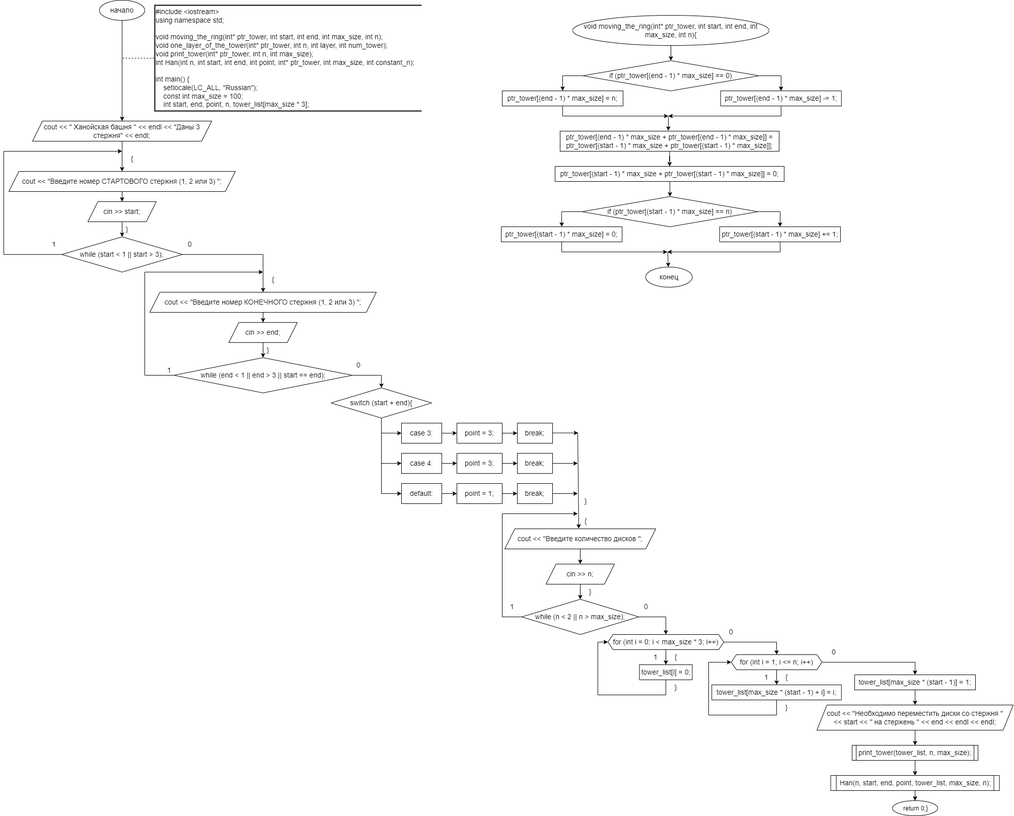
Above: Ханойская башня - блок схема.drawio.png in SonyAkb/laboratory-work-recursion (draw.io), before the change. Source tidied: cells renumbered, new cells last; positions are measured from the earlier drawing's top-left corner, leaving out a move shared by most shapes.
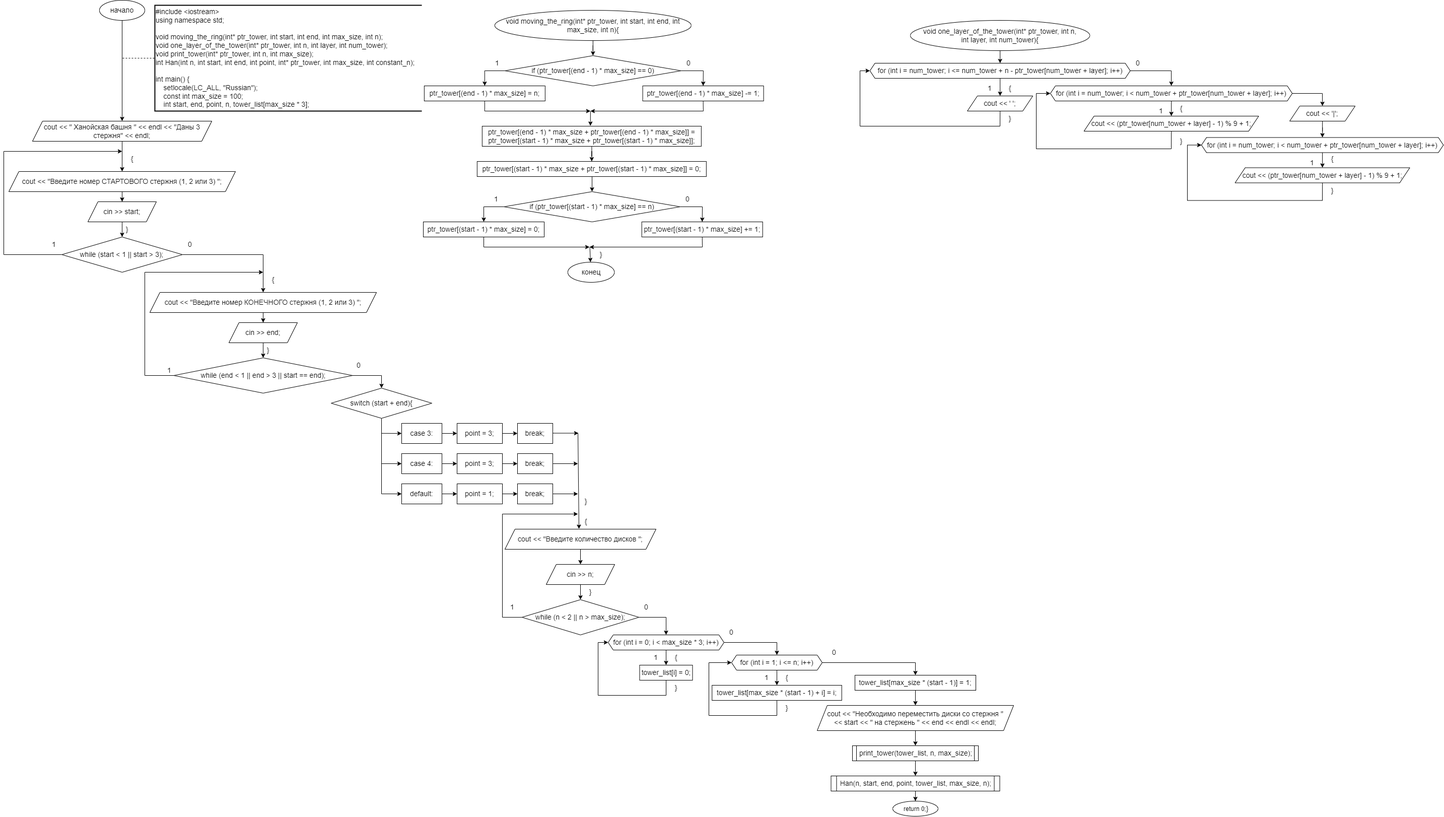
After the change.

The edit, as a diff of the source:
```diff
@@ -333,28 +333,28 @@
       <mxGeometry relative="1" as="geometry" />
     </mxCell>
     <mxCell id="93" value="&lt;font style=&quot;font-size: 14px;&quot;&gt;void moving_the_ring(int* ptr_tower, int start, int end, int max_size, int n){&lt;/font&gt;" style="ellipse;whiteSpace=wrap;html=1;" parent="1" vertex="1">
-      <mxGeometry x="1130" y="30" width="390" height="60" as="geometry" />
+      <mxGeometry x="974.9" y="20" width="390" height="60" as="geometry" />
     </mxCell>
     <mxCell id="94" value="&lt;font style=&quot;font-size: 14px;&quot;&gt;if (ptr_tower[(end - 1) * max_size] == 0)&lt;/font&gt;" style="rhombus;whiteSpace=wrap;html=1;" parent="1" vertex="1">
-      <mxGeometry x="1150" y="120" width="350" height="60" as="geometry" />
+      <mxGeometry x="994.9" y="110" width="350" height="60" as="geometry" />
     </mxCell>
     <mxCell id="95" value="&lt;font style=&quot;font-size: 14px;&quot;&gt;ptr_tower[(end - 1) * max_size] = n;&lt;/font&gt;" style="rounded=0;whiteSpace=wrap;html=1;" parent="1" vertex="1">
-      <mxGeometry x="990" y="180" width="240" height="30" as="geometry" />
+      <mxGeometry x="834.9" y="170" width="240" height="30" as="geometry" />
     </mxCell>
     <mxCell id="96" style="endArrow=classic;html=1;rounded=0;exitX=0;exitY=0.5;exitDx=0;exitDy=0;entryX=0.5;entryY=0;entryDx=0;entryDy=0;" parent="1" edge="1" source="94" target="95">
       <mxGeometry relative="1" as="geometry">
         <Array as="points">
-          <mxPoint x="1110" y="150" />
+          <mxPoint x="954.9" y="140" />
         </Array>
       </mxGeometry>
     </mxCell>
     <mxCell id="97" value="&lt;font style=&quot;font-size: 14px;&quot;&gt;ptr_tower[(end - 1) * max_size] -= 1;&lt;/font&gt;" style="rounded=0;whiteSpace=wrap;html=1;" parent="1" vertex="1">
-      <mxGeometry x="1423.7" y="180" width="240" height="30" as="geometry" />
+      <mxGeometry x="1268.6" y="170" width="240" height="30" as="geometry" />
     </mxCell>
     <mxCell id="98" style="endArrow=classic;html=1;rounded=0;exitX=1;exitY=0.5;exitDx=0;exitDy=0;entryX=0.5;entryY=0;entryDx=0;entryDy=0;" parent="1" edge="1" source="94" target="97">
       <mxGeometry relative="1" as="geometry">
         <Array as="points">
-          <mxPoint x="1544" y="150" />
+          <mxPoint x="1388.9" y="140" />
         </Array>
       </mxGeometry>
     </mxCell>
@@ -362,84 +362,209 @@
       <mxGeometry relative="1" as="geometry" />
     </mxCell>
     <mxCell id="100" value="&lt;font style=&quot;font-size: 14px;&quot;&gt;ptr_tower[(end - 1) * max_size + ptr_tower[(end - 1) * max_size]] = ptr_tower[(start - 1) * max_size + ptr_tower[(start - 1) * max_size]];&lt;/font&gt;" style="rounded=0;whiteSpace=wrap;html=1;" parent="1" vertex="1">
-      <mxGeometry x="1105" y="260" width="435" height="40" as="geometry" />
+      <mxGeometry x="949.9" y="250" width="435" height="40" as="geometry" />
     </mxCell>
     <mxCell id="101" style="endArrow=classic;html=1;rounded=0;exitX=0.5;exitY=1;exitDx=0;exitDy=0;" parent="1" edge="1" source="95">
       <mxGeometry relative="1" as="geometry">
-        <mxPoint x="1320" y="230" as="targetPoint" />
+        <mxPoint x="1164.9" y="220" as="targetPoint" />
         <Array as="points">
-          <mxPoint x="1110" y="230" />
+          <mxPoint x="954.9" y="220" />
         </Array>
       </mxGeometry>
     </mxCell>
     <mxCell id="102" style="endArrow=classic;html=1;rounded=0;exitX=0.5;exitY=1;exitDx=0;exitDy=0;" parent="1" edge="1" source="97">
       <mxGeometry relative="1" as="geometry">
-        <mxPoint x="1320" y="230" as="targetPoint" />
+        <mxPoint x="1164.9" y="220" as="targetPoint" />
         <Array as="points">
-          <mxPoint x="1544" y="230" />
+          <mxPoint x="1388.9" y="220" />
         </Array>
       </mxGeometry>
     </mxCell>
     <mxCell id="103" style="endArrow=classic;html=1;rounded=0;entryX=0.494;entryY=-0.016;entryDx=0;entryDy=0;entryPerimeter=0;" parent="1" edge="1" target="100">
       <mxGeometry relative="1" as="geometry">
-        <mxPoint x="1320" y="230" as="sourcePoint" />
+        <mxPoint x="1164.9" y="220" as="sourcePoint" />
       </mxGeometry>
     </mxCell>
     <mxCell id="104" style="edgeStyle=orthogonalEdgeStyle;rounded=0;jettySize=auto;html=1;entryX=0.5;entryY=0;entryDx=0;entryDy=0;" parent="1" edge="1" target="106">
       <mxGeometry relative="1" as="geometry">
-        <mxPoint x="1325" y="360" as="sourcePoint" />
+        <mxPoint x="1169.9" y="350" as="sourcePoint" />
       </mxGeometry>
     </mxCell>
     <mxCell id="105" value="&lt;font style=&quot;font-size: 14px;&quot;&gt;ptr_tower[(start - 1) * max_size + ptr_tower[(start - 1) * max_size]] = 0;&lt;/font&gt;" style="rounded=0;whiteSpace=wrap;html=1;" parent="1" vertex="1">
-      <mxGeometry x="1095" y="330" width="455" height="30" as="geometry" />
+      <mxGeometry x="939.9" y="320" width="455" height="30" as="geometry" />
     </mxCell>
     <mxCell id="106" value="&lt;font style=&quot;font-size: 14px;&quot;&gt;if (ptr_tower[(start - 1) * max_size] == n)&lt;/font&gt;" style="rhombus;whiteSpace=wrap;html=1;" parent="1" vertex="1">
-      <mxGeometry x="1148.1" y="390" width="350" height="60" as="geometry" />
+      <mxGeometry x="993" y="380" width="350" height="60" as="geometry" />
     </mxCell>
     <mxCell id="107" value="&lt;font style=&quot;font-size: 14px;&quot;&gt;ptr_tower[(start - 1) * max_size] = 0;&lt;/font&gt;" style="rounded=0;whiteSpace=wrap;html=1;" parent="1" vertex="1">
-      <mxGeometry x="988.1" y="450" width="240" height="30" as="geometry" />
+      <mxGeometry x="833" y="440" width="240" height="30" as="geometry" />
     </mxCell>
     <mxCell id="108" style="endArrow=classic;html=1;rounded=0;exitX=0;exitY=0.5;exitDx=0;exitDy=0;entryX=0.5;entryY=0;entryDx=0;entryDy=0;" parent="1" edge="1" source="106" target="107">
       <mxGeometry relative="1" as="geometry">
         <Array as="points">
-          <mxPoint x="1108.1" y="420" />
+          <mxPoint x="953" y="410" />
         </Array>
       </mxGeometry>
     </mxCell>
     <mxCell id="109" value="&lt;font style=&quot;font-size: 14px;&quot;&gt;ptr_tower[(start - 1) * max_size] += 1;&lt;/font&gt;" style="rounded=0;whiteSpace=wrap;html=1;" parent="1" vertex="1">
-      <mxGeometry x="1421.9" y="450" width="240" height="30" as="geometry" />
+      <mxGeometry x="1266.7" y="440" width="240" height="30" as="geometry" />
     </mxCell>
     <mxCell id="110" style="endArrow=classic;html=1;rounded=0;exitX=1;exitY=0.5;exitDx=0;exitDy=0;entryX=0.5;entryY=0;entryDx=0;entryDy=0;" parent="1" edge="1" source="106" target="109">
       <mxGeometry relative="1" as="geometry">
         <Array as="points">
-          <mxPoint x="1542.1" y="420" />
+          <mxPoint x="1387" y="410" />
         </Array>
       </mxGeometry>
     </mxCell>
     <mxCell id="111" style="endArrow=classic;html=1;rounded=0;exitX=0.5;exitY=1;exitDx=0;exitDy=0;" parent="1" edge="1" source="107">
       <mxGeometry relative="1" as="geometry">
-        <mxPoint x="1318.1" y="500" as="targetPoint" />
+        <mxPoint x="1163" y="490" as="targetPoint" />
         <Array as="points">
-          <mxPoint x="1108.1" y="500" />
+          <mxPoint x="953" y="490" />
         </Array>
       </mxGeometry>
     </mxCell>
     <mxCell id="112" style="endArrow=classic;html=1;rounded=0;exitX=0.5;exitY=1;exitDx=0;exitDy=0;" parent="1" edge="1" source="109">
       <mxGeometry relative="1" as="geometry">
-        <mxPoint x="1318.1" y="500" as="targetPoint" />
+        <mxPoint x="1163" y="490" as="targetPoint" />
         <Array as="points">
-          <mxPoint x="1542.1" y="500" />
+          <mxPoint x="1387" y="490" />
         </Array>
       </mxGeometry>
     </mxCell>
     <mxCell id="113" value="&lt;font style=&quot;font-size: 14px;&quot;&gt;конец&lt;/font&gt;" style="ellipse;whiteSpace=wrap;html=1;" parent="1" vertex="1">
-      <mxGeometry x="1275" y="530" width="92.5" height="40" as="geometry" />
+      <mxGeometry x="1119.9" y="520" width="92.5" height="40" as="geometry" />
     </mxCell>
     <mxCell id="114" style="endArrow=classic;html=1;rounded=0;entryX=0.5;entryY=0;entryDx=0;entryDy=0;" parent="1" edge="1">
       <mxGeometry relative="1" as="geometry">
-        <mxPoint x="1318.8" y="500" as="sourcePoint" />
-        <mxPoint x="1320" y="530" as="targetPoint" />
+        <mxPoint x="1163.6" y="490" as="sourcePoint" />
+        <mxPoint x="1164.9" y="520" as="targetPoint" />
       </mxGeometry>
     </mxCell>
+    <mxCell id="115" style="edgeStyle=orthogonalEdgeStyle;rounded=0;jettySize=auto;html=1;entryX=0.5;entryY=0;entryDx=0;entryDy=0;" parent="1" edge="1" source="116" target="118">
+      <mxGeometry relative="1" as="geometry" />
+    </mxCell>
+    <mxCell id="116" value="&lt;font style=&quot;font-size: 14px;&quot;&gt;void one_layer_of_the_tower(int* ptr_tower, int n, &lt;br&gt;int layer, int num_tower){&lt;/font&gt;" style="ellipse;whiteSpace=wrap;html=1;" parent="1" vertex="1">
+      <mxGeometry x="1800" y="40" width="356.3" height="60" as="geometry" />
+    </mxCell>
+    <mxCell id="117" style="edgeStyle=orthogonalEdgeStyle;rounded=0;jettySize=auto;html=1;entryX=0.5;entryY=0;entryDx=0;entryDy=0;" parent="1" edge="1" source="118" target="124">
+      <mxGeometry relative="1" as="geometry" />
+    </mxCell>
+    <mxCell id="118" value="&lt;font style=&quot;font-size: 14px;&quot;&gt;for (int i = num_tower; i &amp;lt;= num_tower + n - ptr_tower[num_tower + layer]; i++)&lt;/font&gt;" style="shape=hexagon;perimeter=hexagonPerimeter2;whiteSpace=wrap;html=1;fixedSize=1;size=10;" parent="1" vertex="1">
+      <mxGeometry x="1719.7" y="125" width="516.9" height="30" as="geometry" />
+    </mxCell>
+    <mxCell id="119" style="endArrow=classic;html=1;rounded=0;exitX=0.5;exitY=1;exitDx=0;exitDy=0;entryX=0;entryY=0.5;entryDx=0;entryDy=0;" parent="1" edge="1" source="124" target="118">
+      <mxGeometry relative="1" as="geometry">
+        <Array as="points">
+          <mxPoint x="1978" y="250" />
+          <mxPoint x="1700" y="250" />
+          <mxPoint x="1700" y="140" />
+        </Array>
+      </mxGeometry>
+    </mxCell>
+    <mxCell id="120" value="&lt;font style=&quot;font-size: 14px;&quot;&gt;1&lt;/font&gt;" style="text;html=1;strokeColor=none;fillColor=none;align=center;verticalAlign=middle;whiteSpace=wrap;rounded=0;" parent="1" vertex="1">
+      <mxGeometry x="1943.1" y="160" width="30" height="30" as="geometry" />
+    </mxCell>
+    <mxCell id="121" value="&lt;font style=&quot;font-size: 14px;&quot;&gt;{&lt;/font&gt;" style="text;html=1;strokeColor=none;fillColor=none;align=center;verticalAlign=middle;whiteSpace=wrap;rounded=0;" parent="1" vertex="1">
+      <mxGeometry x="1983.1" y="160" width="30" height="30" as="geometry" />
+    </mxCell>
+    <mxCell id="122" value="&lt;font style=&quot;font-size: 14px;&quot;&gt;}&lt;/font&gt;" style="text;html=1;strokeColor=none;fillColor=none;align=center;verticalAlign=middle;whiteSpace=wrap;rounded=0;" parent="1" vertex="1">
+      <mxGeometry x="1983.1" y="220" width="30" height="30" as="geometry" />
+    </mxCell>
+    <mxCell id="123" value="&lt;font style=&quot;font-size: 14px;&quot;&gt;}&lt;/font&gt;" style="text;html=1;strokeColor=none;fillColor=none;align=center;verticalAlign=middle;whiteSpace=wrap;rounded=0;" parent="1" vertex="1">
+      <mxGeometry x="1171" y="490" width="30" height="30" as="geometry" />
+    </mxCell>
+    <mxCell id="124" value="&lt;font style=&quot;font-size: 14px;&quot;&gt;cout &amp;lt;&amp;lt; ' ';&lt;/font&gt;" style="shape=parallelogram;perimeter=parallelogramPerimeter;whiteSpace=wrap;html=1;fixedSize=1;" parent="1" vertex="1">
+      <mxGeometry x="1913.1" y="190" width="130" height="30" as="geometry" />
+    </mxCell>
+    <mxCell id="125" style="edgeStyle=orthogonalEdgeStyle;rounded=0;jettySize=auto;html=1;entryX=0.5;entryY=0;entryDx=0;entryDy=0;" parent="1" edge="1" source="126" target="131">
+      <mxGeometry relative="1" as="geometry" />
+    </mxCell>
+    <mxCell id="126" value="&lt;font style=&quot;font-size: 14px;&quot;&gt;for (int i = num_tower; i &amp;lt; num_tower + ptr_tower[num_tower + layer]; i++)&lt;/font&gt;" style="shape=hexagon;perimeter=hexagonPerimeter2;whiteSpace=wrap;html=1;fixedSize=1;size=10;" parent="1" vertex="1">
+      <mxGeometry x="2078" y="170" width="480.3" height="30" as="geometry" />
+    </mxCell>
+    <mxCell id="127" style="endArrow=classic;html=1;rounded=0;exitX=0.5;exitY=1;exitDx=0;exitDy=0;entryX=0;entryY=0.5;entryDx=0;entryDy=0;" parent="1" edge="1" source="131" target="126">
+      <mxGeometry relative="1" as="geometry">
+        <Array as="points">
+          <mxPoint x="2318" y="295" />
+          <mxPoint x="2050" y="295" />
+          <mxPoint x="2050" y="185" />
+        </Array>
+      </mxGeometry>
+    </mxCell>
+    <mxCell id="128" value="&lt;font style=&quot;font-size: 14px;&quot;&gt;1&lt;/font&gt;" style="text;html=1;strokeColor=none;fillColor=none;align=center;verticalAlign=middle;whiteSpace=wrap;rounded=0;" parent="1" vertex="1">
+      <mxGeometry x="2283.1" y="205" width="30" height="30" as="geometry" />
+    </mxCell>
+    <mxCell id="129" value="&lt;font style=&quot;font-size: 14px;&quot;&gt;{&lt;/font&gt;" style="text;html=1;strokeColor=none;fillColor=none;align=center;verticalAlign=middle;whiteSpace=wrap;rounded=0;" parent="1" vertex="1">
+      <mxGeometry x="2323.1" y="200" width="30" height="30" as="geometry" />
+    </mxCell>
+    <mxCell id="130" value="&lt;font style=&quot;font-size: 14px;&quot;&gt;}&lt;/font&gt;" style="text;html=1;strokeColor=none;fillColor=none;align=center;verticalAlign=middle;whiteSpace=wrap;rounded=0;" parent="1" vertex="1">
+      <mxGeometry x="2323.1" y="265" width="30" height="30" as="geometry" />
+    </mxCell>
+    <mxCell id="131" value="&lt;font style=&quot;font-size: 14px;&quot;&gt;cout &amp;lt;&amp;lt; (ptr_tower[num_tower + layer] - 1) % 9 + 1;&lt;/font&gt;" style="shape=parallelogram;perimeter=parallelogramPerimeter;whiteSpace=wrap;html=1;fixedSize=1;" parent="1" vertex="1">
+      <mxGeometry x="2144.7" y="230" width="346.9" height="30" as="geometry" />
+    </mxCell>
+    <mxCell id="132" style="endArrow=classic;html=1;rounded=0;exitX=1;exitY=0.5;exitDx=0;exitDy=0;entryX=0.5;entryY=0;entryDx=0;entryDy=0;" parent="1" edge="1" source="118" target="126">
+      <mxGeometry relative="1" as="geometry">
+        <Array as="points">
+          <mxPoint x="2318" y="140" />
+        </Array>
+      </mxGeometry>
+    </mxCell>
+    <mxCell id="133" value="&lt;font style=&quot;font-size: 14px;&quot;&gt;1&lt;/font&gt;" style="text;html=1;strokeColor=none;fillColor=none;align=center;verticalAlign=middle;whiteSpace=wrap;rounded=0;" parent="1" vertex="1">
+      <mxGeometry x="963" y="380" width="30" height="30" as="geometry" />
+    </mxCell>
+    <mxCell id="134" value="&lt;font style=&quot;font-size: 14px;&quot;&gt;0&lt;/font&gt;" style="text;html=1;strokeColor=none;fillColor=none;align=center;verticalAlign=middle;whiteSpace=wrap;rounded=0;" parent="1" vertex="1">
+      <mxGeometry x="1344.9" y="110" width="30" height="30" as="geometry" />
+    </mxCell>
+    <mxCell id="135" value="&lt;font style=&quot;font-size: 14px;&quot;&gt;1&lt;/font&gt;" style="text;html=1;strokeColor=none;fillColor=none;align=center;verticalAlign=middle;whiteSpace=wrap;rounded=0;" parent="1" vertex="1">
+      <mxGeometry x="964.9" y="110" width="30" height="30" as="geometry" />
+    </mxCell>
+    <mxCell id="136" value="&lt;font style=&quot;font-size: 14px;&quot;&gt;0&lt;/font&gt;" style="text;html=1;strokeColor=none;fillColor=none;align=center;verticalAlign=middle;whiteSpace=wrap;rounded=0;" parent="1" vertex="1">
+      <mxGeometry x="1343" y="380" width="30" height="30" as="geometry" />
+    </mxCell>
+    <mxCell id="137" value="&lt;font style=&quot;font-size: 14px;&quot;&gt;0&lt;/font&gt;" style="text;html=1;strokeColor=none;fillColor=none;align=center;verticalAlign=middle;whiteSpace=wrap;rounded=0;" parent="1" vertex="1">
+      <mxGeometry x="2236.6" y="110" width="30" height="30" as="geometry" />
+    </mxCell>
+    <mxCell id="138" style="edgeStyle=orthogonalEdgeStyle;rounded=0;jettySize=auto;html=1;entryX=0.5;entryY=0;entryDx=0;entryDy=0;" parent="1" edge="1" source="139" target="142">
+      <mxGeometry relative="1" as="geometry" />
+    </mxCell>
+    <mxCell id="139" value="&lt;font style=&quot;font-size: 14px;&quot;&gt;cout &amp;lt;&amp;lt; '|';&lt;/font&gt;" style="shape=parallelogram;perimeter=parallelogramPerimeter;whiteSpace=wrap;html=1;fixedSize=1;" parent="1" vertex="1">
+      <mxGeometry x="2553.1" y="210" width="130" height="30" as="geometry" />
+    </mxCell>
+    <mxCell id="140" style="endArrow=classic;html=1;rounded=0;exitX=1;exitY=0.5;exitDx=0;exitDy=0;entryX=0.5;entryY=0;entryDx=0;entryDy=0;" parent="1" edge="1" source="126" target="139">
+      <mxGeometry relative="1" as="geometry">
+        <Array as="points">
+          <mxPoint x="2618" y="185" />
+        </Array>
+      </mxGeometry>
+    </mxCell>
+    <mxCell id="141" style="edgeStyle=orthogonalEdgeStyle;rounded=0;jettySize=auto;html=1;entryX=0.5;entryY=0;entryDx=0;entryDy=0;" parent="1" edge="1" source="142" target="147">
+      <mxGeometry relative="1" as="geometry" />
+    </mxCell>
+    <mxCell id="142" value="&lt;font style=&quot;font-size: 14px;&quot;&gt;for (int i = num_tower; i &amp;lt; num_tower + ptr_tower[num_tower + layer]; i++)&lt;/font&gt;" style="shape=hexagon;perimeter=hexagonPerimeter2;whiteSpace=wrap;html=1;fixedSize=1;size=10;" parent="1" vertex="1">
+      <mxGeometry x="2378" y="272.5" width="480.3" height="30" as="geometry" />
+    </mxCell>
+    <mxCell id="143" style="endArrow=classic;html=1;rounded=0;exitX=0.5;exitY=1;exitDx=0;exitDy=0;entryX=0;entryY=0.5;entryDx=0;entryDy=0;" parent="1" edge="1" source="147" target="142">
+      <mxGeometry relative="1" as="geometry">
+        <Array as="points">
+          <mxPoint x="2618" y="397.5" />
+          <mxPoint x="2350" y="397.5" />
+          <mxPoint x="2350" y="287.5" />
+        </Array>
+      </mxGeometry>
+    </mxCell>
+    <mxCell id="144" value="&lt;font style=&quot;font-size: 14px;&quot;&gt;1&lt;/font&gt;" style="text;html=1;strokeColor=none;fillColor=none;align=center;verticalAlign=middle;whiteSpace=wrap;rounded=0;" parent="1" vertex="1">
+      <mxGeometry x="2583.1" y="307.5" width="30" height="30" as="geometry" />
+    </mxCell>
+    <mxCell id="145" value="&lt;font style=&quot;font-size: 14px;&quot;&gt;{&lt;/font&gt;" style="text;html=1;strokeColor=none;fillColor=none;align=center;verticalAlign=middle;whiteSpace=wrap;rounded=0;" parent="1" vertex="1">
+      <mxGeometry x="2623.1" y="300" width="30" height="30" as="geometry" />
+    </mxCell>
+    <mxCell id="146" value="&lt;font style=&quot;font-size: 14px;&quot;&gt;}&lt;/font&gt;" style="text;html=1;strokeColor=none;fillColor=none;align=center;verticalAlign=middle;whiteSpace=wrap;rounded=0;" parent="1" vertex="1">
+      <mxGeometry x="2623.1" y="362.5" width="30" height="30" as="geometry" />
+    </mxCell>
+    <mxCell id="147" value="&lt;font style=&quot;font-size: 14px;&quot;&gt;cout &amp;lt;&amp;lt; (ptr_tower[num_tower + layer] - 1) % 9 + 1;&lt;/font&gt;" style="shape=parallelogram;perimeter=parallelogramPerimeter;whiteSpace=wrap;html=1;fixedSize=1;" parent="1" vertex="1">
+      <mxGeometry x="2444.7" y="332.5" width="346.9" height="30" as="geometry" />
+    </mxCell>
   </root>
 </mxGraphModel>
```
